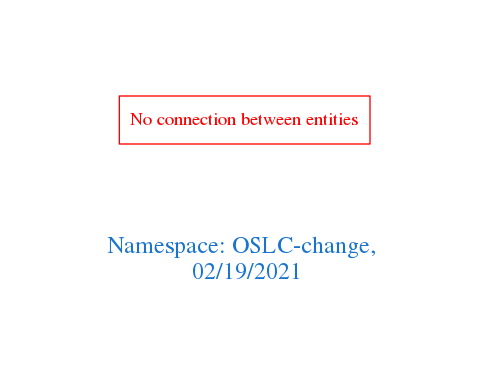
Before: downloads/OSLC-change.png, a diagram exported from Graphviz (arago/OGIT). Its source is kept beside it as downloads/OSLC-change.dot.
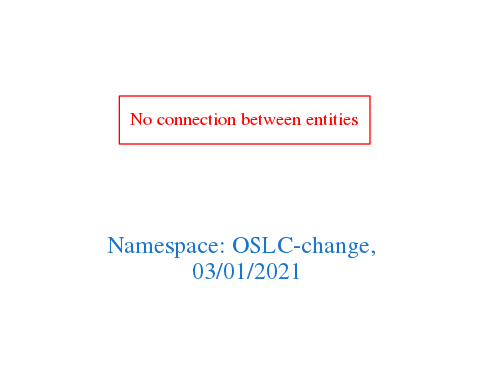
The same file after the commit.

Diff of the diagram source:
```diff
@@ -1,7 +1,7 @@
 digraph OGIT_ontology {
  graph [ rankdir= LR,pad=1
 fontsize = 18,
-fontcolor= dodgerblue3,label = "\n\n\nNamespace: OSLC-change, \n 02/19/2021"];
+fontcolor= dodgerblue3,label = "\n\n\nNamespace: OSLC-change, \n 03/01/2021"];
 node[shape=polygon];
 edge [  color="gray81"];
 
```
